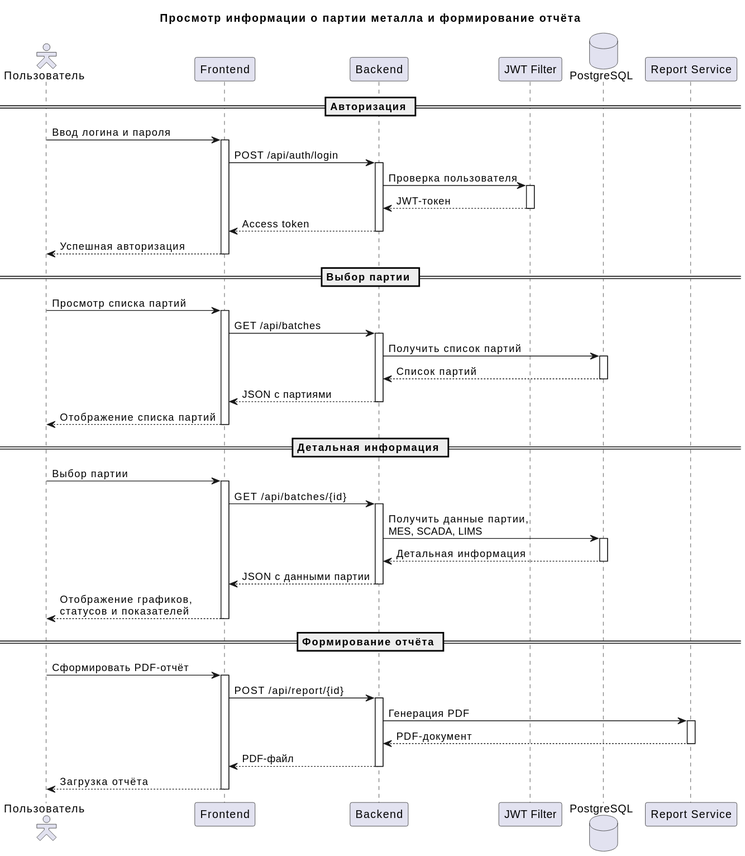
This is Документы/Диаграмма uml последовательности.svg from koshachya-myatka/vkr, a PlantUML export, as it was before one commit.
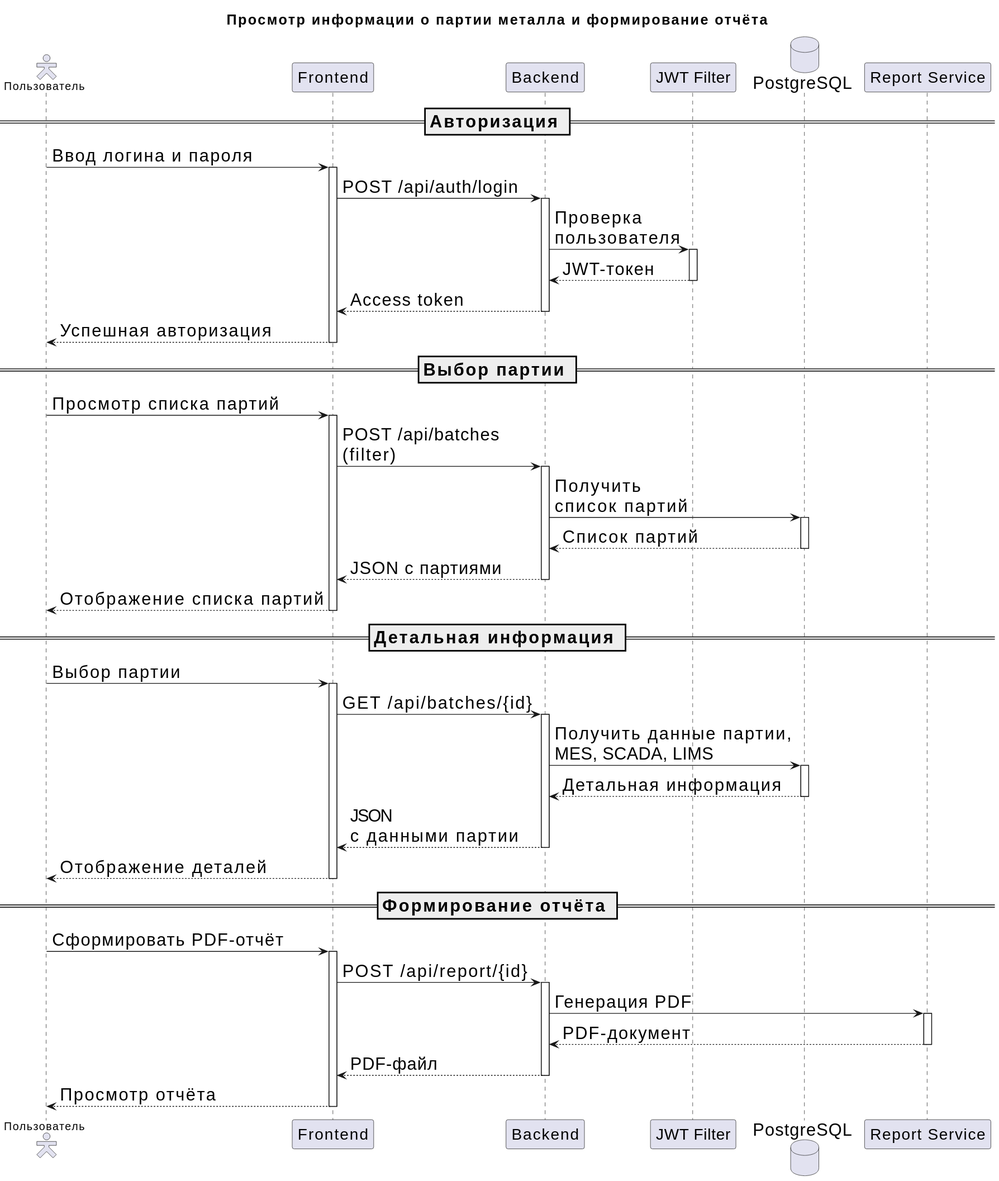
Above is the later version.

Diff of the diagram source:
```diff
@@ -1,9 +1,14 @@
 @startuml
 skinparam actorStyle Hollow
-
 title Просмотр информации о партии металла и формирование отчёта
-
 actor "Пользователь" as User
+skinparam defaultFontSize 22
+skinparam title {
+  fontSize 18
+}
+skinparam sequence {
+  ParticipantFontSize 20
+}
 
 participant "Frontend" as Frontend
 participant "Backend" as Backend
@@ -19,7 +24,7 @@
 Frontend -> Backend : POST /api/auth/login
 activate Backend
 
-Backend -> JWT : Проверка пользователя
+Backend -> JWT : Проверка\nпользователя
 activate JWT
 
 JWT --> Backend : JWT-токен
@@ -36,10 +41,10 @@
 User -> Frontend : Просмотр списка партий
 activate Frontend
 
-Frontend -> Backend : GET /api/batches
+Frontend -> Backend : POST /api/batches\n(filter)
 activate Backend
 
-Backend -> DB : Получить список партий
+Backend -> DB : Получить\nсписок партий
 activate DB
 
 DB --> Backend : Список партий
@@ -65,10 +70,10 @@
 DB --> Backend : Детальная информация
 deactivate DB
 
-Backend --> Frontend : JSON с данными партии
+Backend --> Frontend : JSON\nс данными партии
 deactivate Backend
 
-Frontend --> User : Отображение графиков,\nстатусов и показателей
+Frontend --> User : Отображение деталей
 deactivate Frontend
 
 == Формирование отчёта ==
@@ -88,6 +93,6 @@
 Backend --> Frontend : PDF-файл
 deactivate Backend
 
-Frontend --> User : Загрузка отчёта
+Frontend --> User : Просмотр отчёта
 deactivate Frontend
 @enduml
```
